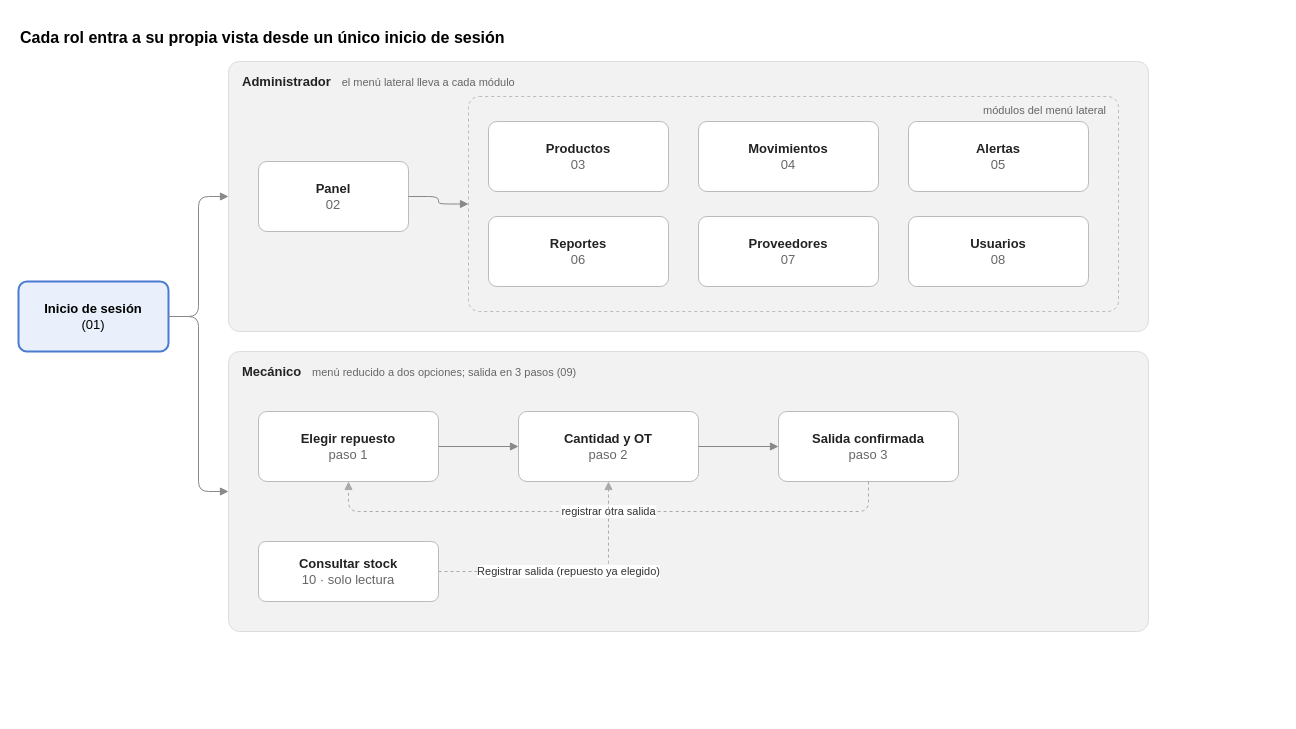
JhosepString/jorge-motors keeps this draw.io diagram as docs/diagramas/fig09_navegacion_roles.drawio. Above is the earlier version. Source tidied: cells renumbered, new cells numbered last; positions are measured from the earlier drawing's top-left corner, leaving out a move shared by most shapes. Both pictures are drawn from the tidied source at 100%, with x=0, y=0 at pixel (18, 21).
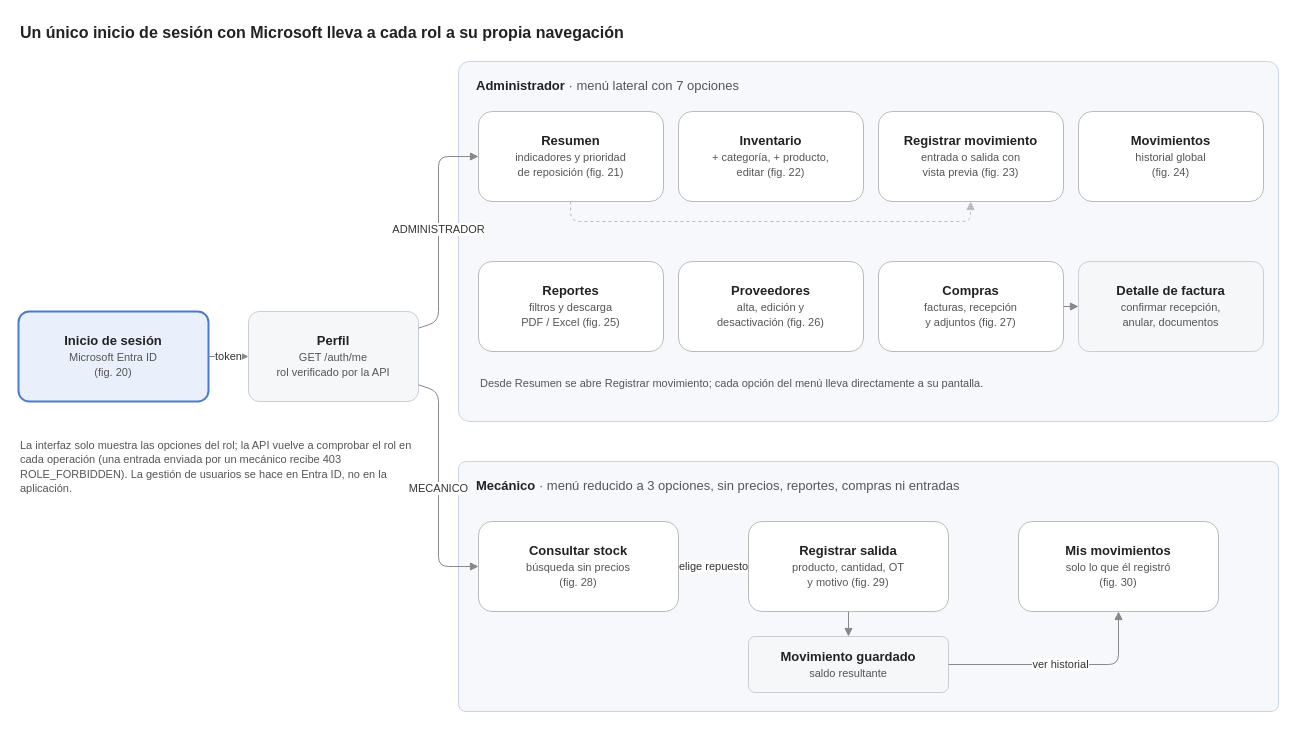
After the change.

The edit, as a diff of the source:
```diff
@@
-    <mxCell id="2" value="&lt;b style=&quot;font-size:16px&quot;&gt;Cada rol entra a su propia vista desde un único inicio de sesión&lt;/b&gt;" style="text;html=1;align=left;" parent="1" vertex="1">
-      <mxGeometry width="900" height="30" as="geometry" />
-    </mxCell>
-    <mxCell id="3" value="&lt;b&gt;Inicio de sesión&lt;/b&gt;&lt;br&gt;(01)" style="rounded=1;arcSize=12;whiteSpace=wrap;html=1;fillColor=#E9F0FB;strokeColor=#4A7BD0;strokeWidth=2;fontSize=13;" parent="1" vertex="1">
-      <mxGeometry y="260" width="150" height="70" as="geometry" />
-    </mxCell>
-    <mxCell id="4" value="&lt;b&gt;Administrador&lt;/b&gt; &amp;nbsp;&amp;nbsp;&lt;font color='#666666' style='font-size:11px'&gt;el menú lateral lleva a cada módulo&lt;/font&gt;" style="rounded=1;arcSize=4;whiteSpace=wrap;html=1;fillColor=#F2F2F2;strokeColor=#DDDDDD;verticalAlign=top;align=left;spacingLeft=12;spacingTop=6;fontSize=13;fontColor=#222222;" parent="1" vertex="1">
-      <mxGeometry x="210" y="40" width="920" height="270" as="geometry" />
-    </mxCell>
-    <mxCell id="5" value="&lt;b&gt;Mecánico&lt;/b&gt; &amp;nbsp;&amp;nbsp;&lt;font color='#666666' style='font-size:11px'&gt;menú reducido a dos opciones; salida en 3 pasos (09)&lt;/font&gt;" style="rounded=1;arcSize=4;whiteSpace=wrap;html=1;fillColor=#F2F2F2;strokeColor=#DDDDDD;verticalAlign=top;align=left;spacingLeft=12;spacingTop=6;fontSize=13;fontColor=#222222;" parent="1" vertex="1">
-      <mxGeometry x="210" y="330" width="920" height="280" as="geometry" />
-    </mxCell>
-    <mxCell id="6" value="&lt;b&gt;Panel&lt;/b&gt;&lt;br&gt;&lt;font color='#666'&gt;02&lt;/font&gt;" style="rounded=1;arcSize=12;whiteSpace=wrap;html=1;fillColor=#FFFFFF;strokeColor=#BBBBBB;fontSize=13;fontColor=#222222;" parent="1" vertex="1">
-      <mxGeometry x="240" y="140" width="150" height="70" as="geometry" />
-    </mxCell>
-    <mxCell id="7" value="&lt;font color='#666666' style='font-size:11px'&gt;módulos del menú lateral&lt;/font&gt;" style="rounded=1;arcSize=5;whiteSpace=wrap;html=1;fillColor=none;strokeColor=#BBBBBB;dashed=1;verticalAlign=top;align=right;spacingRight=10;" parent="1" vertex="1">
-      <mxGeometry x="450" y="75" width="650" height="215" as="geometry" />
-    </mxCell>
-    <mxCell id="8" value="&lt;b&gt;Productos&lt;/b&gt;&lt;br&gt;&lt;font color='#666'&gt;03&lt;/font&gt;" style="rounded=1;arcSize=12;whiteSpace=wrap;html=1;fillColor=#FFFFFF;strokeColor=#BBBBBB;fontSize=13;fontColor=#222222;" parent="1" vertex="1">
-      <mxGeometry x="470" y="100" width="180" height="70" as="geometry" />
-    </mxCell>
-    <mxCell id="9" value="&lt;b&gt;Movimientos&lt;/b&gt;&lt;br&gt;&lt;font color='#666'&gt;04&lt;/font&gt;" style="rounded=1;arcSize=12;whiteSpace=wrap;html=1;fillColor=#FFFFFF;strokeColor=#BBBBBB;fontSize=13;fontColor=#222222;" parent="1" vertex="1">
-      <mxGeometry x="680" y="100" width="180" height="70" as="geometry" />
-    </mxCell>
-    <mxCell id="10" value="&lt;b&gt;Alertas&lt;/b&gt;&lt;br&gt;&lt;font color='#666'&gt;05&lt;/font&gt;" style="rounded=1;arcSize=12;whiteSpace=wrap;html=1;fillColor=#FFFFFF;strokeColor=#BBBBBB;fontSize=13;fontColor=#222222;" parent="1" vertex="1">
-      <mxGeometry x="890" y="100" width="180" height="70" as="geometry" />
-    </mxCell>
-    <mxCell id="11" value="&lt;b&gt;Reportes&lt;/b&gt;&lt;br&gt;&lt;font color='#666'&gt;06&lt;/font&gt;" style="rounded=1;arcSize=12;whiteSpace=wrap;html=1;fillColor=#FFFFFF;strokeColor=#BBBBBB;fontSize=13;fontColor=#222222;" parent="1" vertex="1">
-      <mxGeometry x="470" y="195" width="180" height="70" as="geometry" />
-    </mxCell>
-    <mxCell id="12" value="&lt;b&gt;Proveedores&lt;/b&gt;&lt;br&gt;&lt;font color='#666'&gt;07&lt;/font&gt;" style="rounded=1;arcSize=12;whiteSpace=wrap;html=1;fillColor=#FFFFFF;strokeColor=#BBBBBB;fontSize=13;fontColor=#222222;" parent="1" vertex="1">
-      <mxGeometry x="680" y="195" width="180" height="70" as="geometry" />
-    </mxCell>
-    <mxCell id="13" value="&lt;b&gt;Usuarios&lt;/b&gt;&lt;br&gt;&lt;font color='#666'&gt;08&lt;/font&gt;" style="rounded=1;arcSize=12;whiteSpace=wrap;html=1;fillColor=#FFFFFF;strokeColor=#BBBBBB;fontSize=13;fontColor=#222222;" parent="1" vertex="1">
-      <mxGeometry x="890" y="195" width="180" height="70" as="geometry" />
-    </mxCell>
-    <mxCell id="14" style="edgeStyle=orthogonalEdgeStyle;rounded=1;html=1;endArrow=block;endFill=1;strokeColor=#555555;fontColor=#333333;fontSize=11;labelBackgroundColor=#FFFFFF;strokeColor=#888888;" parent="1" edge="1" source="6" target="7">
-      <mxGeometry relative="1" as="geometry" />
-    </mxCell>
-    <mxCell id="15" value="&lt;b&gt;Elegir repuesto&lt;/b&gt;&lt;br&gt;&lt;font color='#666'&gt;paso 1&lt;/font&gt;" style="rounded=1;arcSize=12;whiteSpace=wrap;html=1;fillColor=#FFFFFF;strokeColor=#BBBBBB;fontSize=13;fontColor=#222222;" parent="1" vertex="1">
-      <mxGeometry x="240" y="390" width="180" height="70" as="geometry" />
-    </mxCell>
-    <mxCell id="16" value="&lt;b&gt;Cantidad y OT&lt;/b&gt;&lt;br&gt;&lt;font color='#666'&gt;paso 2&lt;/font&gt;" style="rounded=1;arcSize=12;whiteSpace=wrap;html=1;fillColor=#FFFFFF;strokeColor=#BBBBBB;fontSize=13;fontColor=#222222;" parent="1" vertex="1">
-      <mxGeometry x="500" y="390" width="180" height="70" as="geometry" />
-    </mxCell>
-    <mxCell id="17" value="&lt;b&gt;Salida confirmada&lt;/b&gt;&lt;br&gt;&lt;font color='#666'&gt;paso 3&lt;/font&gt;" style="rounded=1;arcSize=12;whiteSpace=wrap;html=1;fillColor=#FFFFFF;strokeColor=#BBBBBB;fontSize=13;fontColor=#222222;" parent="1" vertex="1">
-      <mxGeometry x="760" y="390" width="180" height="70" as="geometry" />
-    </mxCell>
-    <mxCell id="18" value="&lt;b&gt;Consultar stock&lt;/b&gt;&lt;br&gt;&lt;font color='#666'&gt;10 · solo lectura&lt;/font&gt;" style="rounded=1;arcSize=12;whiteSpace=wrap;html=1;fillColor=#FFFFFF;strokeColor=#BBBBBB;fontSize=13;fontColor=#222222;" parent="1" vertex="1">
-      <mxGeometry x="240" y="520" width="180" height="60" as="geometry" />
-    </mxCell>
-    <mxCell id="19" style="edgeStyle=orthogonalEdgeStyle;rounded=1;html=1;endArrow=block;endFill=1;strokeColor=#555555;fontColor=#333333;fontSize=11;labelBackgroundColor=#FFFFFF;strokeColor=#888888;" parent="1" edge="1" source="15" target="16">
-      <mxGeometry relative="1" as="geometry" />
-    </mxCell>
-    <mxCell id="20" style="edgeStyle=orthogonalEdgeStyle;rounded=1;html=1;endArrow=block;endFill=1;strokeColor=#555555;fontColor=#333333;fontSize=11;labelBackgroundColor=#FFFFFF;strokeColor=#888888;" parent="1" edge="1" source="16" target="17">
-      <mxGeometry relative="1" as="geometry" />
-    </mxCell>
-    <mxCell id="21" value="registrar otra salida" style="edgeStyle=orthogonalEdgeStyle;rounded=1;html=1;endArrow=block;endFill=1;strokeColor=#555555;fontColor=#333333;fontSize=11;labelBackgroundColor=#FFFFFF;strokeColor=#AAAAAA;dashed=1;" parent="1" edge="1" source="17" target="15">
-      <mxGeometry relative="1" as="geometry">
-        <Array as="points">
-          <mxPoint x="850" y="490" />
-          <mxPoint x="330" y="490" />
-        </Array>
-      </mxGeometry>
-    </mxCell>
-    <mxCell id="22" value="Registrar salida (repuesto ya elegido)" style="edgeStyle=orthogonalEdgeStyle;rounded=1;html=1;endArrow=block;endFill=1;strokeColor=#555555;fontColor=#333333;fontSize=11;labelBackgroundColor=#FFFFFF;strokeColor=#AAAAAA;dashed=1;" parent="1" edge="1" source="18" target="16">
-      <mxGeometry relative="1" as="geometry">
-        <Array as="points">
-          <mxPoint x="590" y="550" />
-        </Array>
-      </mxGeometry>
-    </mxCell>
-    <mxCell id="23" style="edgeStyle=orthogonalEdgeStyle;rounded=1;html=1;endArrow=block;endFill=1;strokeColor=#555555;fontColor=#333333;fontSize=11;labelBackgroundColor=#FFFFFF;strokeColor=#888888;" parent="1" edge="1" source="3" target="4">
-      <mxGeometry relative="1" as="geometry" />
-    </mxCell>
-    <mxCell id="24" style="edgeStyle=orthogonalEdgeStyle;rounded=1;html=1;endArrow=block;endFill=1;strokeColor=#555555;fontColor=#333333;fontSize=11;labelBackgroundColor=#FFFFFF;strokeColor=#888888;" parent="1" edge="1" source="3" target="5">
-      <mxGeometry relative="1" as="geometry" />
-    </mxCell>
+    <mxCell id="25" value="&lt;b&gt;Un único inicio de sesión con Microsoft lleva a cada rol a su propia navegación&lt;/b&gt;" style="text;html=1;align=left;verticalAlign=middle;fontColor=#222222;fontSize=16;" parent="1" vertex="1">
+      <mxGeometry y="-4" width="1100" height="30" as="geometry" />
+    </mxCell>
+    <mxCell id="26" value="&lt;b&gt;Inicio de sesión&lt;/b&gt;&lt;br&gt;&lt;font color=&quot;#555555&quot; style=&quot;font-size:11px&quot;&gt;Microsoft Entra ID&lt;br&gt;(fig. 20)&lt;/font&gt;" style="rounded=1;arcSize=12;whiteSpace=wrap;html=1;fillColor=#E9F0FB;strokeColor=#4A7BD0;strokeWidth=2;fontSize=13;fontColor=#222222;" parent="1" vertex="1">
+      <mxGeometry y="290" width="190" height="90" as="geometry" />
+    </mxCell>
+    <mxCell id="27" value="&lt;b&gt;Perfil&lt;/b&gt;&lt;br&gt;&lt;font color=&quot;#555555&quot; style=&quot;font-size:11px&quot;&gt;GET /auth/me&lt;br&gt;rol verificado por la API&lt;/font&gt;" style="rounded=1;arcSize=12;whiteSpace=wrap;html=1;fillColor=#F6F7F9;strokeColor=#C9CED6;fontSize=13;fontColor=#222222;" parent="1" vertex="1">
+      <mxGeometry x="230" y="290" width="170" height="90" as="geometry" />
+    </mxCell>
+    <mxCell id="28" value="&lt;b&gt;Administrador&lt;/b&gt; &lt;font color=&quot;#555&quot;&gt;· menú lateral con 7 opciones&lt;/font&gt;" style="rounded=1;arcSize=3;whiteSpace=wrap;html=1;fillColor=#FFFFFF;strokeColor=#D0D0D0;strokeWidth=2;verticalAlign=top;align=left;spacingLeft=16;spacingTop=10;fontSize=13;fontColor=#222222;fillColor=#F6F8FC;strokeColor=#C9D3E6;strokeWidth=1;" parent="1" vertex="1">
+      <mxGeometry x="440" y="40" width="820" height="360" as="geometry" />
+    </mxCell>
+    <mxCell id="29" value="&lt;b&gt;Resumen&lt;/b&gt;&lt;br&gt;&lt;font color=&quot;#555555&quot; style=&quot;font-size:11px&quot;&gt;indicadores y prioridad&lt;br&gt;de reposición (fig. 21)&lt;/font&gt;" style="rounded=1;arcSize=15;whiteSpace=wrap;html=1;fillColor=#FFFFFF;strokeColor=#BBBBBB;fontSize=13;fontColor=#222222;" parent="1" vertex="1">
+      <mxGeometry x="460" y="90" width="185" height="90" as="geometry" />
+    </mxCell>
+    <mxCell id="30" value="&lt;b&gt;Inventario&lt;/b&gt;&lt;br&gt;&lt;font color=&quot;#555555&quot; style=&quot;font-size:11px&quot;&gt;+ categoría, + producto,&lt;br&gt;editar (fig. 22)&lt;/font&gt;" style="rounded=1;arcSize=15;whiteSpace=wrap;html=1;fillColor=#FFFFFF;strokeColor=#BBBBBB;fontSize=13;fontColor=#222222;" parent="1" vertex="1">
+      <mxGeometry x="660" y="90" width="185" height="90" as="geometry" />
+    </mxCell>
+    <mxCell id="31" value="&lt;b&gt;Registrar movimiento&lt;/b&gt;&lt;br&gt;&lt;font color=&quot;#555555&quot; style=&quot;font-size:11px&quot;&gt;entrada o salida con&lt;br&gt;vista previa (fig. 23)&lt;/font&gt;" style="rounded=1;arcSize=15;whiteSpace=wrap;html=1;fillColor=#FFFFFF;strokeColor=#BBBBBB;fontSize=13;fontColor=#222222;" parent="1" vertex="1">
+      <mxGeometry x="860" y="90" width="185" height="90" as="geometry" />
+    </mxCell>
+    <mxCell id="32" value="&lt;b&gt;Movimientos&lt;/b&gt;&lt;br&gt;&lt;font color=&quot;#555555&quot; style=&quot;font-size:11px&quot;&gt;historial global&lt;br&gt;(fig. 24)&lt;/font&gt;" style="rounded=1;arcSize=15;whiteSpace=wrap;html=1;fillColor=#FFFFFF;strokeColor=#BBBBBB;fontSize=13;fontColor=#222222;" parent="1" vertex="1">
+      <mxGeometry x="1060" y="90" width="185" height="90" as="geometry" />
+    </mxCell>
+    <mxCell id="33" value="&lt;b&gt;Reportes&lt;/b&gt;&lt;br&gt;&lt;font color=&quot;#555555&quot; style=&quot;font-size:11px&quot;&gt;filtros y descarga&lt;br&gt;PDF / Excel (fig. 25)&lt;/font&gt;" style="rounded=1;arcSize=15;whiteSpace=wrap;html=1;fillColor=#FFFFFF;strokeColor=#BBBBBB;fontSize=13;fontColor=#222222;" parent="1" vertex="1">
+      <mxGeometry x="460" y="240" width="185" height="90" as="geometry" />
+    </mxCell>
+    <mxCell id="34" value="&lt;b&gt;Proveedores&lt;/b&gt;&lt;br&gt;&lt;font color=&quot;#555555&quot; style=&quot;font-size:11px&quot;&gt;alta, edición y&lt;br&gt;desactivación (fig. 26)&lt;/font&gt;" style="rounded=1;arcSize=15;whiteSpace=wrap;html=1;fillColor=#FFFFFF;strokeColor=#BBBBBB;fontSize=13;fontColor=#222222;" parent="1" vertex="1">
+      <mxGeometry x="660" y="240" width="185" height="90" as="geometry" />
+    </mxCell>
+    <mxCell id="35" value="&lt;b&gt;Compras&lt;/b&gt;&lt;br&gt;&lt;font color=&quot;#555555&quot; style=&quot;font-size:11px&quot;&gt;facturas, recepción&lt;br&gt;y adjuntos (fig. 27)&lt;/font&gt;" style="rounded=1;arcSize=15;whiteSpace=wrap;html=1;fillColor=#FFFFFF;strokeColor=#BBBBBB;fontSize=13;fontColor=#222222;" parent="1" vertex="1">
+      <mxGeometry x="860" y="240" width="185" height="90" as="geometry" />
+    </mxCell>
+    <mxCell id="36" value="&lt;b&gt;Detalle de factura&lt;/b&gt;&lt;br&gt;&lt;font color=&quot;#555555&quot; style=&quot;font-size:11px&quot;&gt;confirmar recepción,&lt;br&gt;anular, documentos&lt;/font&gt;" style="rounded=1;arcSize=12;whiteSpace=wrap;html=1;fillColor=#F6F7F9;strokeColor=#C9CED6;fontSize=13;fontColor=#222222;" parent="1" vertex="1">
+      <mxGeometry x="1060" y="240" width="185" height="90" as="geometry" />
+    </mxCell>
+    <mxCell id="37" value="&lt;font color=&quot;#555555&quot; style=&quot;font-size:11px&quot;&gt;Desde Resumen se abre Registrar movimiento; cada opción del menú lleva directamente a su pantalla.&lt;/font&gt;" style="text;html=1;align=left;verticalAlign=middle;whiteSpace=wrap;fontSize=12;fontColor=#555555;" parent="1" vertex="1">
+      <mxGeometry x="460" y="342" width="780" height="40" as="geometry" />
+    </mxCell>
+    <mxCell id="38" value="&lt;b&gt;Mecánico&lt;/b&gt; &lt;font color=&quot;#555&quot;&gt;· menú reducido a 3 opciones, sin precios, reportes, compras ni entradas&lt;/font&gt;" style="rounded=1;arcSize=3;whiteSpace=wrap;html=1;fillColor=#FFFFFF;strokeColor=#D0D0D0;strokeWidth=2;verticalAlign=top;align=left;spacingLeft=16;spacingTop=10;fontSize=13;fontColor=#222222;fillColor=#F6F8FC;strokeColor=#C9D3E6;strokeWidth=1;" parent="1" vertex="1">
+      <mxGeometry x="440" y="440" width="820" height="250" as="geometry" />
+    </mxCell>
+    <mxCell id="39" value="&lt;b&gt;Consultar stock&lt;/b&gt;&lt;br&gt;&lt;font color=&quot;#555555&quot; style=&quot;font-size:11px&quot;&gt;búsqueda sin precios&lt;br&gt;(fig. 28)&lt;/font&gt;" style="rounded=1;arcSize=15;whiteSpace=wrap;html=1;fillColor=#FFFFFF;strokeColor=#BBBBBB;fontSize=13;fontColor=#222222;" parent="1" vertex="1">
+      <mxGeometry x="460" y="500" width="200" height="90" as="geometry" />
+    </mxCell>
+    <mxCell id="40" value="&lt;b&gt;Registrar salida&lt;/b&gt;&lt;br&gt;&lt;font color=&quot;#555555&quot; style=&quot;font-size:11px&quot;&gt;producto, cantidad, OT&lt;br&gt;y motivo (fig. 29)&lt;/font&gt;" style="rounded=1;arcSize=15;whiteSpace=wrap;html=1;fillColor=#FFFFFF;strokeColor=#BBBBBB;fontSize=13;fontColor=#222222;" parent="1" vertex="1">
+      <mxGeometry x="730" y="500" width="200" height="90" as="geometry" />
+    </mxCell>
+    <mxCell id="41" value="&lt;b&gt;Mis movimientos&lt;/b&gt;&lt;br&gt;&lt;font color=&quot;#555555&quot; style=&quot;font-size:11px&quot;&gt;solo lo que él registró&lt;br&gt;(fig. 30)&lt;/font&gt;" style="rounded=1;arcSize=15;whiteSpace=wrap;html=1;fillColor=#FFFFFF;strokeColor=#BBBBBB;fontSize=13;fontColor=#222222;" parent="1" vertex="1">
+      <mxGeometry x="1000" y="500" width="200" height="90" as="geometry" />
+    </mxCell>
+    <mxCell id="42" value="&lt;b&gt;Movimiento guardado&lt;/b&gt;&lt;br&gt;&lt;font color=&quot;#555555&quot; style=&quot;font-size:11px&quot;&gt;saldo resultante&lt;/font&gt;" style="rounded=1;arcSize=12;whiteSpace=wrap;html=1;fillColor=#F6F7F9;strokeColor=#C9CED6;fontSize=13;fontColor=#222222;" parent="1" vertex="1">
+      <mxGeometry x="730" y="615" width="200" height="56" as="geometry" />
+    </mxCell>
+    <mxCell id="43" value="&lt;font color=&quot;#555555&quot; style=&quot;font-size:11px&quot;&gt;La interfaz solo muestra las opciones del rol; la API vuelve a comprobar el rol en cada operación (una entrada enviada por un mecánico recibe 403 ROLE_FORBIDDEN). La gestión de usuarios se hace en Entra ID, no en la aplicación.&lt;/font&gt;" style="text;html=1;align=left;verticalAlign=middle;whiteSpace=wrap;fontSize=12;fontColor=#555555;verticalAlign=top;" parent="1" vertex="1">
+      <mxGeometry y="410" width="420" height="120" as="geometry" />
+    </mxCell>
+    <mxCell id="44" value="token" style="edgeStyle=none;rounded=1;html=1;endArrow=block;endFill=1;strokeColor=#888888;fontColor=#333333;fontSize=11;labelBackgroundColor=#FFFFFF;" parent="1" edge="1" source="26" target="27">
+      <mxGeometry relative="1" as="geometry" />
+    </mxCell>
+    <mxCell id="45" style="edgeStyle=none;rounded=1;html=1;endArrow=block;endFill=1;strokeColor=#888888;fontColor=#333333;fontSize=11;labelBackgroundColor=#FFFFFF;strokeColor=#888888;" parent="1" edge="1" source="35" target="36">
+      <mxGeometry relative="1" as="geometry" />
+    </mxCell>
+    <mxCell id="46" value="ADMINISTRADOR" style="edgeStyle=none;rounded=1;html=1;endArrow=block;endFill=1;strokeColor=#888888;fontColor=#333333;fontSize=11;labelBackgroundColor=#FFFFFF;strokeColor=#888888;" parent="1" edge="1" source="27" target="29">
+      <mxGeometry relative="1" as="geometry">
+        <Array as="points">
+          <mxPoint x="420" y="300" />
+          <mxPoint x="420" y="135" />
+        </Array>
+      </mxGeometry>
+    </mxCell>
+    <mxCell id="47" style="edgeStyle=none;rounded=1;html=1;endArrow=block;endFill=1;strokeColor=#888888;fontColor=#333333;fontSize=11;labelBackgroundColor=#FFFFFF;strokeColor=#BBBBBB;dashed=1;" parent="1" edge="1" source="29" target="31">
+      <mxGeometry relative="1" as="geometry">
+        <Array as="points">
+          <mxPoint x="552" y="200" />
+          <mxPoint x="952" y="200" />
+        </Array>
+      </mxGeometry>
+    </mxCell>
+    <mxCell id="48" value="MECANICO" style="edgeStyle=none;rounded=1;html=1;endArrow=block;endFill=1;strokeColor=#888888;fontColor=#333333;fontSize=11;labelBackgroundColor=#FFFFFF;strokeColor=#888888;" parent="1" edge="1" source="27" target="39">
+      <mxGeometry relative="1" as="geometry">
+        <Array as="points">
+          <mxPoint x="420" y="370" />
+          <mxPoint x="420" y="545" />
+        </Array>
+      </mxGeometry>
+    </mxCell>
+    <mxCell id="49" value="elige repuesto" style="edgeStyle=none;rounded=1;html=1;endArrow=block;endFill=1;strokeColor=#888888;fontColor=#333333;fontSize=11;labelBackgroundColor=#FFFFFF;strokeColor=#888888;" parent="1" edge="1" source="39" target="40">
+      <mxGeometry relative="1" as="geometry" />
+    </mxCell>
+    <mxCell id="50" style="edgeStyle=none;rounded=1;html=1;endArrow=block;endFill=1;strokeColor=#888888;fontColor=#333333;fontSize=11;labelBackgroundColor=#FFFFFF;strokeColor=#888888;" parent="1" edge="1" source="40" target="42">
+      <mxGeometry relative="1" as="geometry" />
+    </mxCell>
+    <mxCell id="51" value="ver historial" style="edgeStyle=none;rounded=1;html=1;endArrow=block;endFill=1;strokeColor=#888888;fontColor=#333333;fontSize=11;labelBackgroundColor=#FFFFFF;strokeColor=#888888;" parent="1" edge="1" source="42" target="41">
+      <mxGeometry relative="1" as="geometry">
+        <Array as="points">
+          <mxPoint x="1100" y="643" />
+        </Array>
+      </mxGeometry>
+    </mxCell>
```
